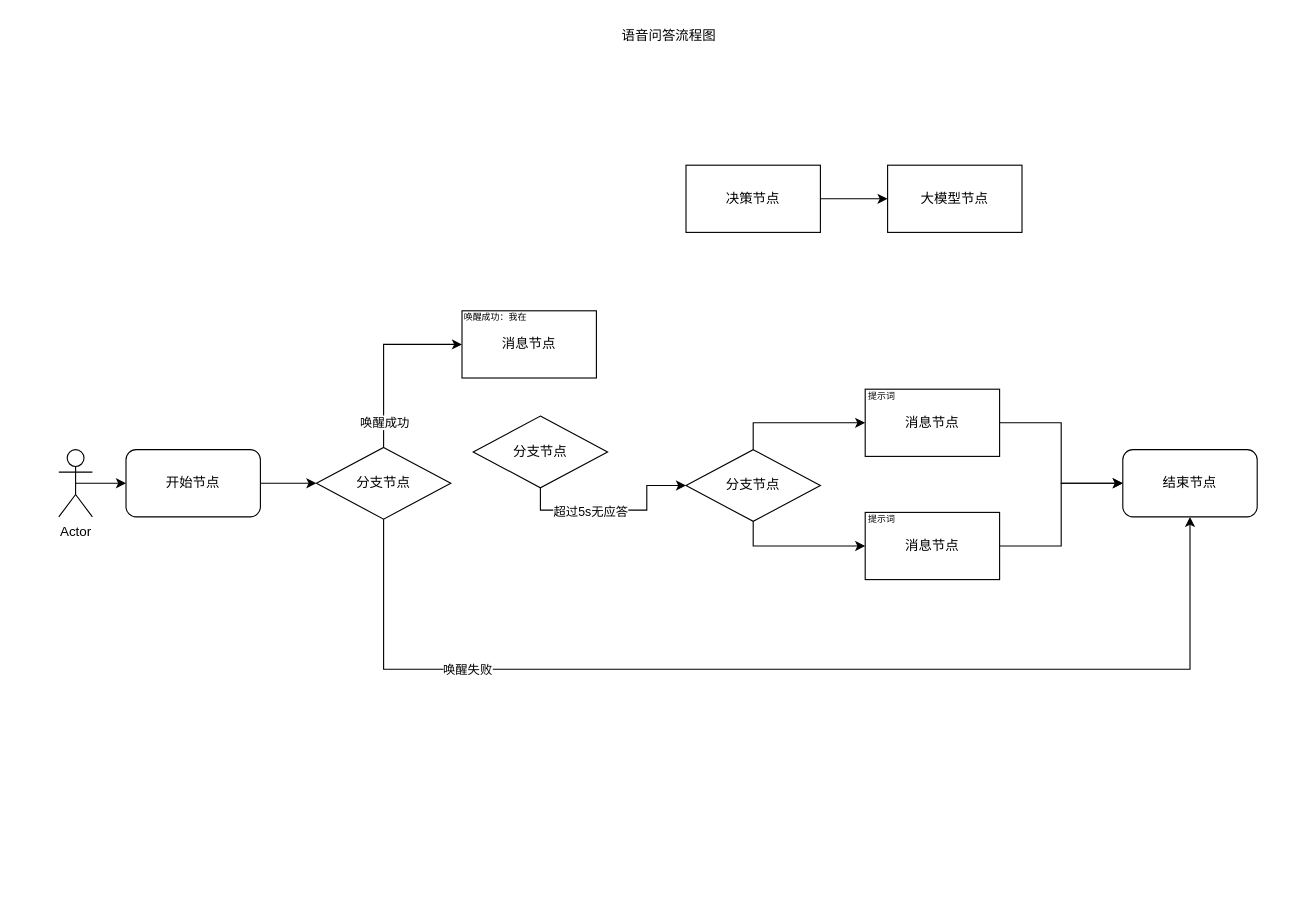
Above: 6.语音问答.drawio in huaxiaojilzg/workflow_draw (draw.io), before the change. Source tidied: cells renumbered, new cells numbered last; positions are measured from the earlier drawing's top-left corner, leaving out a move shared by most shapes. Both pictures are drawn from the tidied source at 112%, with x=0, y=0 at pixel (58, 19).
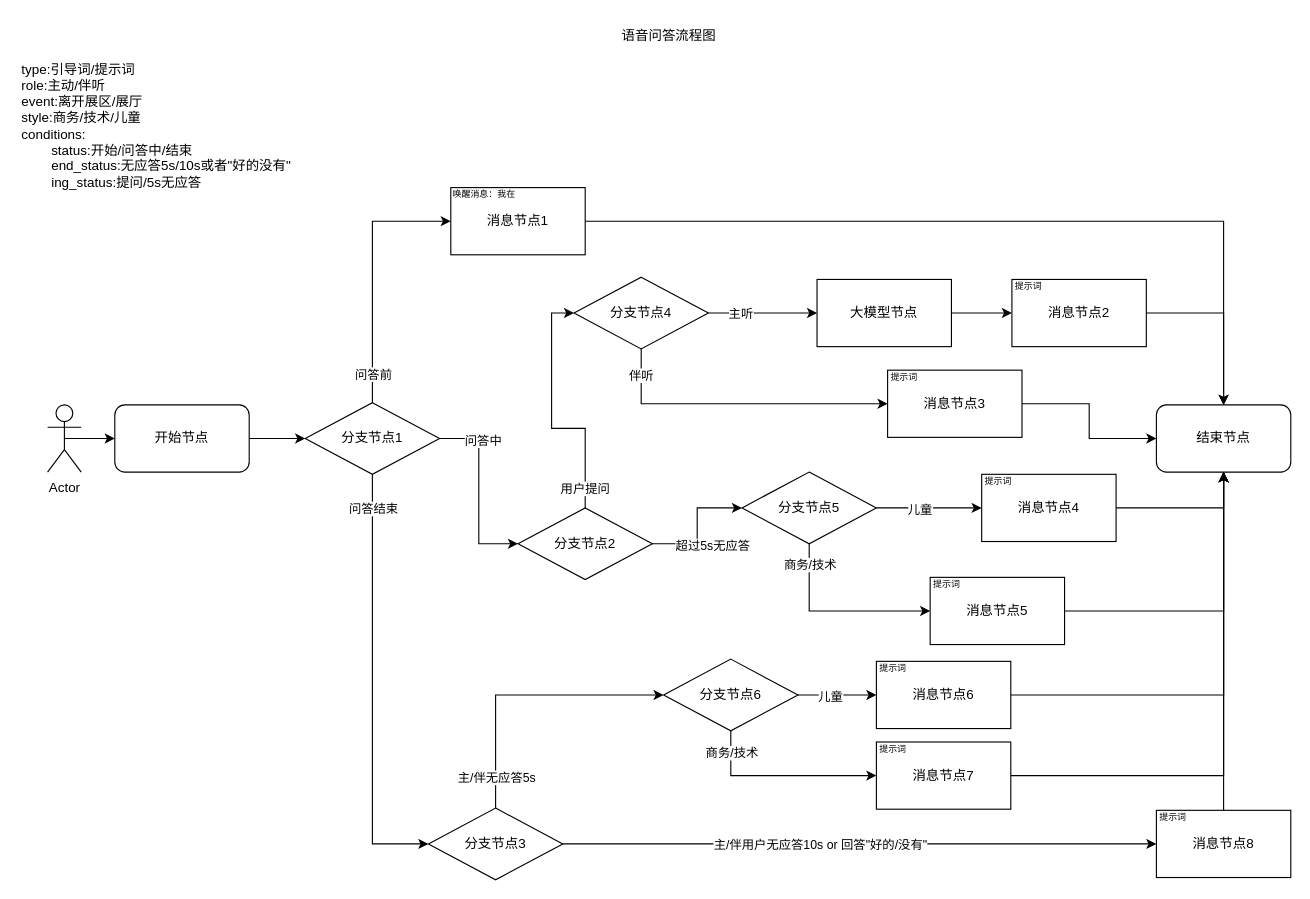
The same page after the edit.

Commit message:
更新6.语音问答.drawio

The change refers to these unchanged cells:
```xml
<mxCell id="6" style="edgeStyle=orthogonalEdgeStyle;rounded=0;jettySize=auto;html=1;exitX=0.5;exitY=0;exitDx=0;exitDy=0;entryX=0;entryY=0.5;entryDx=0;entryDy=0;" parent="1" edge="1" source="10" target="12">
  <mxGeometry relative="1" as="geometry" />
</mxCell>
```

Diff of the diagram source:
```diff
@@
     <mxCell id="3" value="Actor" style="shape=umlActor;verticalLabelPosition=bottom;verticalAlign=top;html=1;outlineConnect=0;" parent="1" vertex="1">
-      <mxGeometry y="384" width="30" height="60" as="geometry" />
+      <mxGeometry x="-10" y="344" width="30" height="60" as="geometry" />
     </mxCell>
@@
     <mxCell id="5" value="开始节点" style="rounded=1;whiteSpace=wrap;html=1;" parent="1" vertex="1">
-      <mxGeometry x="60" y="384" width="120" height="60" as="geometry" />
+      <mxGeometry x="50" y="344" width="120" height="60" as="geometry" />
     </mxCell>
@@
-    <mxCell id="7" value="唤醒成功" style="edgeLabel;html=1;align=center;verticalAlign=middle;" parent="6" vertex="1">
+    <mxCell id="7" value="问答前" style="edgeLabel;html=1;align=center;verticalAlign=middle;" parent="6" vertex="1">
       <mxGeometry x="-0.91" relative="1" as="geometry">
         <mxPoint y="-16" as="offset" />
       </mxGeometry>
     </mxCell>
-    <mxCell id="8" style="edgeStyle=orthogonalEdgeStyle;rounded=0;jettySize=auto;html=1;exitX=0.5;exitY=1;exitDx=0;exitDy=0;entryX=0.5;entryY=1;entryDx=0;entryDy=0;" parent="1" edge="1" source="10" target="11">
-      <mxGeometry relative="1" as="geometry">
-        <Array as="points">
-          <mxPoint x="290" y="580" />
-          <mxPoint x="1010" y="580" />
-        </Array>
-      </mxGeometry>
-    </mxCell>
-    <mxCell id="9" value="唤醒失败" style="edgeLabel;html=1;align=center;verticalAlign=middle;" parent="8" vertex="1">
-      <mxGeometry x="-0.58" relative="1" as="geometry" />
-    </mxCell>
+    <mxCell id="30" style="edgeStyle=orthogonalEdgeStyle;rounded=0;jettySize=auto;html=1;exitX=1;exitY=0.5;exitDx=0;exitDy=0;entryX=0;entryY=0.5;entryDx=0;entryDy=0;" parent="1" edge="1" source="10" target="39">
+      <mxGeometry relative="1" as="geometry" />
+    </mxCell>
+    <mxCell id="31" value="问答中" style="edgeLabel;html=1;align=center;verticalAlign=middle;" parent="30" vertex="1">
+      <mxGeometry x="-0.71" y="-1" relative="1" as="geometry">
+        <mxPoint x="14" as="offset" />
+      </mxGeometry>
+    </mxCell>
+    <mxCell id="32" style="edgeStyle=orthogonalEdgeStyle;rounded=0;jettySize=auto;html=1;exitX=0.5;exitY=1;exitDx=0;exitDy=0;entryX=0;entryY=0.5;entryDx=0;entryDy=0;" parent="1" edge="1" source="10" target="44">
+      <mxGeometry relative="1" as="geometry" />
+    </mxCell>
+    <mxCell id="33" value="问答结束" style="edgeLabel;html=1;align=center;verticalAlign=middle;" parent="32" vertex="1">
+      <mxGeometry x="-0.84" relative="1" as="geometry" />
+    </mxCell>
-    <mxCell id="10" value="分支节点" style="rhombus;whiteSpace=wrap;html=1;" parent="1" vertex="1">
-      <mxGeometry x="230" y="382" width="120" height="64" as="geometry" />
+    <mxCell id="10" value="分支节点1" style="rhombus;whiteSpace=wrap;html=1;" parent="1" vertex="1">
+      <mxGeometry x="220" y="342" width="120" height="64" as="geometry" />
     </mxCell>
     <mxCell id="11" value="结束节点" style="rounded=1;whiteSpace=wrap;html=1;" parent="1" vertex="1">
-      <mxGeometry x="950" y="384" width="120" height="60" as="geometry" />
+      <mxGeometry x="980" y="344" width="120" height="60" as="geometry" />
     </mxCell>
+    <mxCell id="34" style="edgeStyle=orthogonalEdgeStyle;rounded=0;jettySize=auto;html=1;exitX=1;exitY=0.5;exitDx=0;exitDy=0;entryX=0.5;entryY=0;entryDx=0;entryDy=0;" parent="1" edge="1" source="12" target="11">
+      <mxGeometry relative="1" as="geometry" />
+    </mxCell>
-    <mxCell id="12" value="消息节点" style="rounded=0;whiteSpace=wrap;html=1;" parent="1" vertex="1">
-      <mxGeometry x="360" y="260" width="120" height="60" as="geometry" />
+    <mxCell id="12" value="消息节点1" style="rounded=0;whiteSpace=wrap;html=1;" parent="1" vertex="1">
+      <mxGeometry x="350" y="150" width="120" height="60" as="geometry" />
     </mxCell>
-    <mxCell id="13" value="&lt;font style=&quot;font-size: 8px;&quot;&gt;唤醒成功：我在&lt;/font&gt;" style="text;html=1;align=center;verticalAlign=middle;whiteSpace=wrap;rounded=0;" parent="1" vertex="1">
-      <mxGeometry x="360" y="260" width="60" height="10" as="geometry" />
+    <mxCell id="13" value="&lt;font style=&quot;font-size: 8px;&quot;&gt;唤醒消息：我在&lt;/font&gt;" style="text;html=1;align=center;verticalAlign=middle;whiteSpace=wrap;rounded=0;" parent="1" vertex="1">
+      <mxGeometry x="350" y="150" width="60" height="10" as="geometry" />
     </mxCell>
-    <mxCell id="14" style="edgeStyle=orthogonalEdgeStyle;rounded=0;jettySize=auto;html=1;exitX=1;exitY=0.5;exitDx=0;exitDy=0;" parent="1" edge="1" source="15" target="16">
-      <mxGeometry relative="1" as="geometry" />
-    </mxCell>
-    <mxCell id="15" value="决策节点" style="rounded=0;whiteSpace=wrap;html=1;" parent="1" vertex="1">
-      <mxGeometry x="560" y="130" width="120" height="60" as="geometry" />
-    </mxCell>
+    <mxCell id="35" style="edgeStyle=orthogonalEdgeStyle;rounded=0;jettySize=auto;html=1;exitX=1;exitY=0.5;exitDx=0;exitDy=0;entryX=0;entryY=0.5;entryDx=0;entryDy=0;" parent="1" edge="1" source="16" target="24">
+      <mxGeometry relative="1" as="geometry" />
+    </mxCell>
     <mxCell id="16" value="大模型节点" style="rounded=0;whiteSpace=wrap;html=1;" parent="1" vertex="1">
-      <mxGeometry x="740" y="130" width="120" height="60" as="geometry" />
+      <mxGeometry x="677" y="232" width="120" height="60" as="geometry" />
     </mxCell>
-    <mxCell id="17" style="edgeStyle=orthogonalEdgeStyle;rounded=0;jettySize=auto;html=1;exitX=0.5;exitY=1;exitDx=0;exitDy=0;entryX=0;entryY=0.5;entryDx=0;entryDy=0;" parent="1" edge="1" source="19" target="22">
-      <mxGeometry relative="1" as="geometry" />
-    </mxCell>
-    <mxCell id="18" value="超过5s无应答" style="edgeLabel;html=1;align=center;verticalAlign=middle;" parent="17" vertex="1">
-      <mxGeometry x="-0.45" y="-1" relative="1" as="geometry">
-        <mxPoint x="17" as="offset" />
-      </mxGeometry>
-    </mxCell>
-    <mxCell id="19" value="分支节点" style="rhombus;whiteSpace=wrap;html=1;" parent="1" vertex="1">
-      <mxGeometry x="370" y="354" width="120" height="64" as="geometry" />
-    </mxCell>
-    <mxCell id="20" style="edgeStyle=orthogonalEdgeStyle;rounded=0;jettySize=auto;html=1;exitX=0.5;exitY=0;exitDx=0;exitDy=0;" parent="1" edge="1" source="22" target="26">
-      <mxGeometry relative="1" as="geometry" />
-    </mxCell>
-    <mxCell id="21" style="edgeStyle=orthogonalEdgeStyle;rounded=0;jettySize=auto;html=1;exitX=0.5;exitY=1;exitDx=0;exitDy=0;entryX=0;entryY=0.5;entryDx=0;entryDy=0;" parent="1" edge="1" source="22" target="24">
-      <mxGeometry relative="1" as="geometry" />
-    </mxCell>
-    <mxCell id="22" value="分支节点" style="rhombus;whiteSpace=wrap;html=1;" parent="1" vertex="1">
-      <mxGeometry x="560" y="384" width="120" height="64" as="geometry" />
-    </mxCell>
-    <mxCell id="23" style="edgeStyle=orthogonalEdgeStyle;rounded=0;jettySize=auto;html=1;exitX=1;exitY=0.5;exitDx=0;exitDy=0;entryX=0;entryY=0.5;entryDx=0;entryDy=0;" parent="1" edge="1" source="24" target="11">
+    <mxCell id="23" style="edgeStyle=orthogonalEdgeStyle;rounded=0;jettySize=auto;html=1;exitX=1;exitY=0.5;exitDx=0;exitDy=0;entryX=0.5;entryY=0;entryDx=0;entryDy=0;" parent="1" edge="1" source="24" target="11">
       <mxGeometry relative="1" as="geometry" />
     </mxCell>
-    <mxCell id="24" value="消息节点" style="rounded=0;whiteSpace=wrap;html=1;" parent="1" vertex="1">
-      <mxGeometry x="720" y="440" width="120" height="60" as="geometry" />
+    <mxCell id="24" value="消息节点2" style="rounded=0;whiteSpace=wrap;html=1;" parent="1" vertex="1">
+      <mxGeometry x="851" y="232" width="120" height="60" as="geometry" />
     </mxCell>
-    <mxCell id="25" style="edgeStyle=orthogonalEdgeStyle;rounded=0;jettySize=auto;html=1;exitX=1;exitY=0.5;exitDx=0;exitDy=0;entryX=0;entryY=0.5;entryDx=0;entryDy=0;" parent="1" edge="1" source="26" target="11">
-      <mxGeometry relative="1" as="geometry" />
-    </mxCell>
-    <mxCell id="26" value="消息节点" style="rounded=0;whiteSpace=wrap;html=1;" parent="1" vertex="1">
-      <mxGeometry x="720" y="330" width="120" height="60" as="geometry" />
-    </mxCell>
-    <mxCell id="27" value="&lt;span style=&quot;font-size: 8px;&quot;&gt;提示词&lt;/span&gt;" style="text;html=1;align=center;verticalAlign=middle;whiteSpace=wrap;rounded=0;" parent="1" vertex="1">
-      <mxGeometry x="720" y="330" width="30" height="10" as="geometry" />
-    </mxCell>
     <mxCell id="28" value="&lt;span style=&quot;font-size: 8px;&quot;&gt;提示词&lt;/span&gt;" style="text;html=1;align=center;verticalAlign=middle;whiteSpace=wrap;rounded=0;" parent="1" vertex="1">
-      <mxGeometry x="720" y="440" width="30" height="10" as="geometry" />
+      <mxGeometry x="851" y="232" width="30" height="10" as="geometry" />
     </mxCell>
@@
+    <mxCell id="36" style="edgeStyle=orthogonalEdgeStyle;rounded=0;jettySize=auto;html=1;exitX=0.5;exitY=0;exitDx=0;exitDy=0;entryX=0;entryY=0.5;entryDx=0;entryDy=0;" parent="1" edge="1" source="39" target="74">
+      <mxGeometry relative="1" as="geometry" />
+    </mxCell>
+    <mxCell id="37" value="用户提问" style="edgeLabel;html=1;align=center;verticalAlign=middle;" parent="36" vertex="1">
+      <mxGeometry x="-0.84" y="1" relative="1" as="geometry" />
+    </mxCell>
+    <mxCell id="38" style="edgeStyle=orthogonalEdgeStyle;rounded=0;jettySize=auto;html=1;exitX=1;exitY=0.5;exitDx=0;exitDy=0;entryX=0;entryY=0.5;entryDx=0;entryDy=0;" parent="1" edge="1" source="39" target="66">
+      <mxGeometry relative="1" as="geometry" />
+    </mxCell>
+    <mxCell id="18" value="超过5s无应答" style="edgeLabel;html=1;align=center;verticalAlign=middle;" parent="38" vertex="1">
+      <mxGeometry x="-0.57" y="-3" relative="1" as="geometry">
+        <mxPoint x="29" y="-2" as="offset" />
+      </mxGeometry>
+    </mxCell>
+    <mxCell id="39" value="分支节点2" style="rhombus;whiteSpace=wrap;html=1;" parent="1" vertex="1">
+      <mxGeometry x="410" y="436" width="120" height="64" as="geometry" />
+    </mxCell>
+    <mxCell id="40" style="edgeStyle=orthogonalEdgeStyle;rounded=0;jettySize=auto;html=1;exitX=1;exitY=0.5;exitDx=0;exitDy=0;entryX=0;entryY=0.5;entryDx=0;entryDy=0;" parent="1" edge="1" source="44" target="46">
+      <mxGeometry relative="1" as="geometry" />
+    </mxCell>
+    <mxCell id="41" value="主/伴用户无应答10s or 回答&quot;好的/没有&quot;" style="edgeLabel;html=1;align=center;verticalAlign=middle;" parent="40" vertex="1">
+      <mxGeometry x="-0.71" y="1" relative="1" as="geometry">
+        <mxPoint x="152" y="1" as="offset" />
+      </mxGeometry>
+    </mxCell>
+    <mxCell id="42" style="edgeStyle=orthogonalEdgeStyle;rounded=0;jettySize=auto;html=1;exitX=0.5;exitY=0;exitDx=0;exitDy=0;entryX=0;entryY=0.5;entryDx=0;entryDy=0;" parent="1" edge="1" source="44" target="55">
+      <mxGeometry relative="1" as="geometry" />
+    </mxCell>
+    <mxCell id="43" value="主/伴无应答5s" style="edgeLabel;html=1;align=center;verticalAlign=middle;" parent="42" vertex="1">
+      <mxGeometry x="-0.78" relative="1" as="geometry" />
+    </mxCell>
+    <mxCell id="44" value="分支节点3" style="rhombus;whiteSpace=wrap;html=1;" parent="1" vertex="1">
+      <mxGeometry x="330" y="704" width="120" height="64" as="geometry" />
+    </mxCell>
+    <mxCell id="45" style="edgeStyle=orthogonalEdgeStyle;rounded=0;jettySize=auto;html=1;exitX=0.5;exitY=0;exitDx=0;exitDy=0;entryX=0.5;entryY=1;entryDx=0;entryDy=0;" parent="1" edge="1" source="46" target="11">
+      <mxGeometry relative="1" as="geometry" />
+    </mxCell>
+    <mxCell id="46" value="消息节点8" style="rounded=0;whiteSpace=wrap;html=1;" parent="1" vertex="1">
+      <mxGeometry x="980" y="706" width="120" height="60" as="geometry" />
+    </mxCell>
+    <mxCell id="47" value="&lt;span style=&quot;font-size: 8px;&quot;&gt;提示词&lt;/span&gt;" style="text;html=1;align=center;verticalAlign=middle;whiteSpace=wrap;rounded=0;" parent="1" vertex="1">
+      <mxGeometry x="980" y="706" width="30" height="10" as="geometry" />
+    </mxCell>
+    <mxCell id="48" style="edgeStyle=orthogonalEdgeStyle;rounded=0;jettySize=auto;html=1;exitX=1;exitY=0.5;exitDx=0;exitDy=0;entryX=0.5;entryY=1;entryDx=0;entryDy=0;" parent="1" edge="1" source="49" target="11">
+      <mxGeometry relative="1" as="geometry" />
+    </mxCell>
+    <mxCell id="49" value="消息节点6" style="rounded=0;whiteSpace=wrap;html=1;" parent="1" vertex="1">
+      <mxGeometry x="730" y="573" width="120" height="60" as="geometry" />
+    </mxCell>
+    <mxCell id="50" value="&lt;span style=&quot;font-size: 8px;&quot;&gt;提示词&lt;/span&gt;" style="text;html=1;align=center;verticalAlign=middle;whiteSpace=wrap;rounded=0;" parent="1" vertex="1">
+      <mxGeometry x="730" y="573" width="30" height="10" as="geometry" />
+    </mxCell>
+    <mxCell id="51" style="edgeStyle=orthogonalEdgeStyle;rounded=0;jettySize=auto;html=1;exitX=1;exitY=0.5;exitDx=0;exitDy=0;" parent="1" edge="1" source="55" target="49">
+      <mxGeometry relative="1" as="geometry" />
+    </mxCell>
+    <mxCell id="52" value="儿童" style="edgeLabel;html=1;align=center;verticalAlign=middle;" parent="51" vertex="1">
+      <mxGeometry x="-0.2" y="-1" relative="1" as="geometry" />
+    </mxCell>
+    <mxCell id="53" style="edgeStyle=orthogonalEdgeStyle;rounded=0;jettySize=auto;html=1;exitX=0.5;exitY=1;exitDx=0;exitDy=0;entryX=0;entryY=0.5;entryDx=0;entryDy=0;" parent="1" edge="1" source="55" target="57">
+      <mxGeometry relative="1" as="geometry" />
+    </mxCell>
+    <mxCell id="54" value="商务/技术" style="edgeLabel;html=1;align=center;verticalAlign=middle;" parent="53" vertex="1">
+      <mxGeometry x="-0.78" relative="1" as="geometry" />
+    </mxCell>
+    <mxCell id="55" value="分支节点6" style="rhombus;whiteSpace=wrap;html=1;" parent="1" vertex="1">
+      <mxGeometry x="540" y="571" width="120" height="64" as="geometry" />
+    </mxCell>
+    <mxCell id="56" style="edgeStyle=orthogonalEdgeStyle;rounded=0;jettySize=auto;html=1;exitX=1;exitY=0.5;exitDx=0;exitDy=0;entryX=0.5;entryY=1;entryDx=0;entryDy=0;" parent="1" edge="1" source="57" target="11">
+      <mxGeometry relative="1" as="geometry" />
+    </mxCell>
+    <mxCell id="57" value="消息节点7" style="rounded=0;whiteSpace=wrap;html=1;" parent="1" vertex="1">
+      <mxGeometry x="730" y="645" width="120" height="60" as="geometry" />
+    </mxCell>
+    <mxCell id="58" value="&lt;span style=&quot;font-size: 8px;&quot;&gt;提示词&lt;/span&gt;" style="text;html=1;align=center;verticalAlign=middle;whiteSpace=wrap;rounded=0;" parent="1" vertex="1">
+      <mxGeometry x="730" y="645" width="30" height="10" as="geometry" />
+    </mxCell>
+    <mxCell id="59" style="edgeStyle=orthogonalEdgeStyle;rounded=0;jettySize=auto;html=1;exitX=1;exitY=0.5;exitDx=0;exitDy=0;entryX=0.5;entryY=1;entryDx=0;entryDy=0;" parent="1" edge="1" source="60" target="11">
+      <mxGeometry relative="1" as="geometry" />
+    </mxCell>
+    <mxCell id="60" value="消息节点4" style="rounded=0;whiteSpace=wrap;html=1;" parent="1" vertex="1">
+      <mxGeometry x="824" y="406" width="120" height="60" as="geometry" />
+    </mxCell>
+    <mxCell id="61" value="&lt;span style=&quot;font-size: 8px;&quot;&gt;提示词&lt;/span&gt;" style="text;html=1;align=center;verticalAlign=middle;whiteSpace=wrap;rounded=0;" parent="1" vertex="1">
+      <mxGeometry x="824" y="406" width="30" height="10" as="geometry" />
+    </mxCell>
+    <mxCell id="62" style="edgeStyle=orthogonalEdgeStyle;rounded=0;jettySize=auto;html=1;exitX=1;exitY=0.5;exitDx=0;exitDy=0;" parent="1" edge="1" source="66" target="60">
+      <mxGeometry relative="1" as="geometry" />
+    </mxCell>
+    <mxCell id="63" value="儿童" style="edgeLabel;html=1;align=center;verticalAlign=middle;" parent="62" vertex="1">
+      <mxGeometry x="-0.2" y="-1" relative="1" as="geometry" />
+    </mxCell>
+    <mxCell id="64" style="edgeStyle=orthogonalEdgeStyle;rounded=0;jettySize=auto;html=1;exitX=0.5;exitY=1;exitDx=0;exitDy=0;entryX=0;entryY=0.5;entryDx=0;entryDy=0;" parent="1" edge="1" source="66" target="68">
+      <mxGeometry relative="1" as="geometry" />
+    </mxCell>
+    <mxCell id="65" value="商务/技术" style="edgeLabel;html=1;align=center;verticalAlign=middle;" parent="64" vertex="1">
+      <mxGeometry x="-0.78" relative="1" as="geometry" />
+    </mxCell>
+    <mxCell id="66" value="分支节点5" style="rhombus;whiteSpace=wrap;html=1;" parent="1" vertex="1">
+      <mxGeometry x="610" y="404" width="120" height="64" as="geometry" />
+    </mxCell>
+    <mxCell id="67" style="edgeStyle=orthogonalEdgeStyle;rounded=0;jettySize=auto;html=1;exitX=1;exitY=0.5;exitDx=0;exitDy=0;entryX=0.5;entryY=1;entryDx=0;entryDy=0;" parent="1" edge="1" source="68" target="11">
+      <mxGeometry relative="1" as="geometry" />
+    </mxCell>
+    <mxCell id="68" value="消息节点5" style="rounded=0;whiteSpace=wrap;html=1;" parent="1" vertex="1">
+      <mxGeometry x="778" y="498" width="120" height="60" as="geometry" />
+    </mxCell>
+    <mxCell id="69" value="&lt;span style=&quot;font-size: 8px;&quot;&gt;提示词&lt;/span&gt;" style="text;html=1;align=center;verticalAlign=middle;whiteSpace=wrap;rounded=0;" parent="1" vertex="1">
+      <mxGeometry x="778" y="498" width="30" height="10" as="geometry" />
+    </mxCell>
+    <mxCell id="70" style="edgeStyle=orthogonalEdgeStyle;rounded=0;jettySize=auto;html=1;exitX=1;exitY=0.5;exitDx=0;exitDy=0;entryX=0;entryY=0.5;entryDx=0;entryDy=0;" parent="1" edge="1" source="74" target="16">
+      <mxGeometry relative="1" as="geometry" />
+    </mxCell>
+    <mxCell id="71" value="主听" style="edgeLabel;html=1;align=center;verticalAlign=middle;" parent="70" vertex="1">
+      <mxGeometry x="-0.43" relative="1" as="geometry" />
+    </mxCell>
+    <mxCell id="72" style="edgeStyle=orthogonalEdgeStyle;rounded=0;jettySize=auto;html=1;exitX=0.5;exitY=1;exitDx=0;exitDy=0;entryX=0;entryY=0.5;entryDx=0;entryDy=0;" parent="1" edge="1" source="74" target="76">
+      <mxGeometry relative="1" as="geometry" />
+    </mxCell>
+    <mxCell id="73" value="伴听" style="edgeLabel;html=1;align=center;verticalAlign=middle;" parent="72" vertex="1">
+      <mxGeometry x="-0.83" y="-1" relative="1" as="geometry" />
+    </mxCell>
+    <mxCell id="74" value="分支节点4" style="rhombus;whiteSpace=wrap;html=1;" parent="1" vertex="1">
+      <mxGeometry x="460" y="230" width="120" height="64" as="geometry" />
+    </mxCell>
+    <mxCell id="75" style="edgeStyle=orthogonalEdgeStyle;rounded=0;jettySize=auto;html=1;exitX=1;exitY=0.5;exitDx=0;exitDy=0;" parent="1" edge="1" source="76" target="11">
+      <mxGeometry relative="1" as="geometry" />
+    </mxCell>
+    <mxCell id="76" value="消息节点3" style="rounded=0;whiteSpace=wrap;html=1;" parent="1" vertex="1">
+      <mxGeometry x="740" y="313" width="120" height="60" as="geometry" />
+    </mxCell>
+    <mxCell id="77" value="&lt;span style=&quot;font-size: 8px;&quot;&gt;提示词&lt;/span&gt;" style="text;html=1;align=center;verticalAlign=middle;whiteSpace=wrap;rounded=0;" parent="1" vertex="1">
+      <mxGeometry x="740" y="313" width="30" height="10" as="geometry" />
+    </mxCell>
+    <mxCell id="78" value="type:引导词/提示词&lt;div&gt;role:主动/伴听&lt;/div&gt;&lt;div&gt;event:离开展区/展厅&lt;/div&gt;&lt;div&gt;style:商务/技术/儿童&lt;br&gt;conditions:&lt;/div&gt;&lt;div&gt;&lt;span style=&quot;white-space: pre;&quot;&gt;&#9;&lt;/span&gt;status:开始/问答中/结束&lt;br&gt;&lt;/div&gt;&lt;div&gt;&lt;span style=&quot;white-space: pre;&quot;&gt;&#9;&lt;/span&gt;end_status:无应答5s/10s或者&quot;&lt;span style=&quot;background-color: transparent; color: light-dark(rgb(0, 0, 0), rgb(255, 255, 255));&quot;&gt;好的没有&lt;/span&gt;&lt;span style=&quot;background-color: transparent; color: light-dark(rgb(0, 0, 0), rgb(255, 255, 255));&quot;&gt;&quot;&lt;/span&gt;&lt;/div&gt;&lt;div&gt;&lt;span style=&quot;background-color: transparent; color: light-dark(rgb(0, 0, 0), rgb(255, 255, 255));&quot;&gt;&lt;span style=&quot;white-space: pre;&quot;&gt;&#9;&lt;/span&gt;ing_status:提问/5s无应答&lt;br&gt;&lt;/span&gt;&lt;/div&gt;" style="text;html=1;align=left;verticalAlign=middle;strokeColor=none;fillColor=none;" parent="1" vertex="1">
+      <mxGeometry x="-35" y="30" width="260" height="130" as="geometry" />
+    </mxCell>
```
